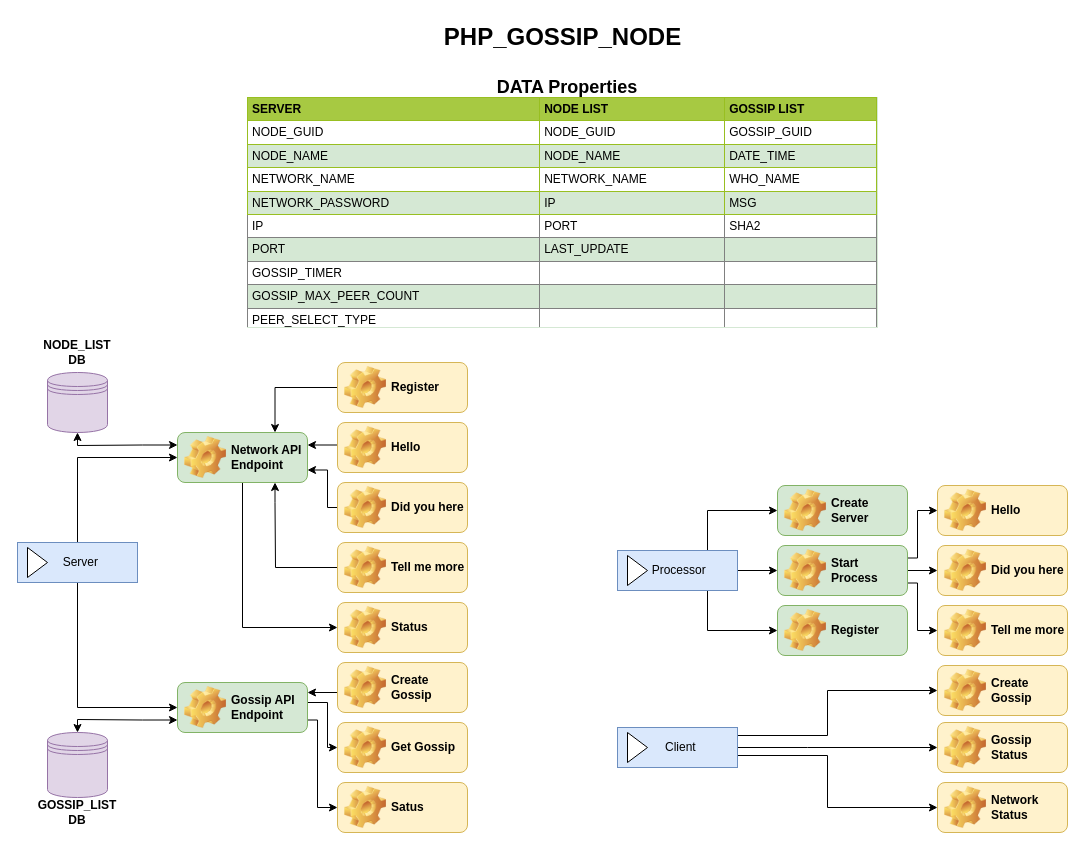
This is doc/PHP_GOSSIP_NODE_UML.drawio from HermanRas/PHP_GOSSIP_NODE, a draw.io file, before an edit. Source tidied: cells renumbered, new cells numbered last; positions are measured from the earlier drawing's top-left corner, leaving out a move shared by most shapes. Both pictures are drawn from the tidied source at 100%, with x=0, y=0 at pixel (17, 17).
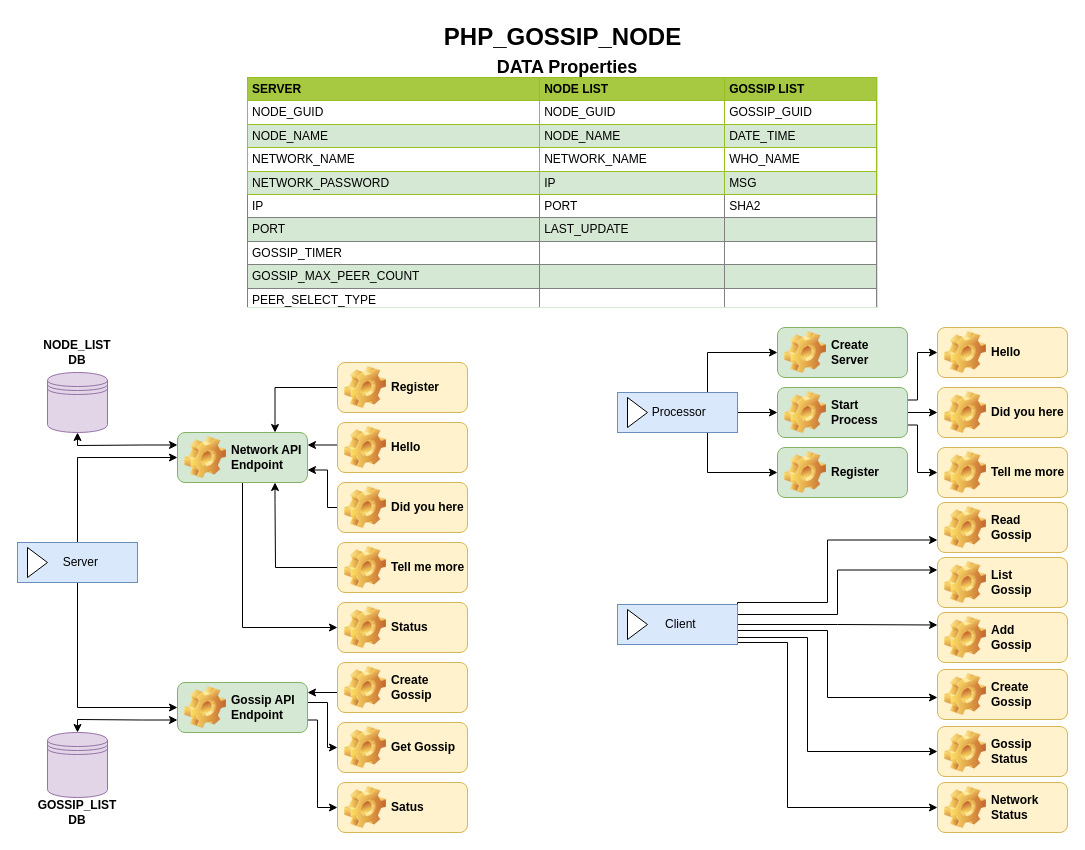
After the change.

Unchanged cells that the change refers to:
```xml
<mxCell id="44" value="Network&lt;br&gt;Status" style="label;whiteSpace=wrap;html=1;image=img/clipart/Gear_128x128.png;fillColor=#fff2cc;strokeColor=#d6b656;" parent="1" vertex="1">
  <mxGeometry x="920" y="765" width="130" height="50" as="geometry" />
</mxCell>
```

Change to the diagram source:
```diff
@@
     <mxCell id="11" style="edgeStyle=orthogonalEdgeStyle;rounded=0;jettySize=auto;html=1;entryX=0;entryY=0.5;entryDx=0;entryDy=0;" parent="1" edge="1" source="14" target="29">
       <mxGeometry relative="1" as="geometry">
         <Array as="points">
-          <mxPoint x="790" y="730" />
-          <mxPoint x="790" y="730" />
+          <mxPoint x="790" y="620" />
+          <mxPoint x="790" y="734" />
         </Array>
       </mxGeometry>
     </mxCell>
-    <mxCell id="12" style="edgeStyle=orthogonalEdgeStyle;rounded=0;jettySize=auto;html=1;exitX=1;exitY=0.75;exitDx=0;exitDy=0;entryX=0;entryY=0.5;entryDx=0;entryDy=0;startArrow=none;startFill=0;endArrow=classic;endFill=1;" parent="1" edge="1" source="14" target="44">
+    <mxCell id="12" style="edgeStyle=orthogonalEdgeStyle;rounded=0;jettySize=auto;html=1;entryX=0;entryY=0.5;entryDx=0;entryDy=0;startArrow=none;startFill=0;endArrow=classic;endFill=1;exitX=0.75;exitY=1;exitDx=0;exitDy=0;" parent="1" edge="1" source="14" target="44">
       <mxGeometry relative="1" as="geometry">
         <Array as="points">
-          <mxPoint x="810" y="738" />
-          <mxPoint x="810" y="790" />
+          <mxPoint x="770" y="625" />
+          <mxPoint x="770" y="790" />
         </Array>
       </mxGeometry>
     </mxCell>
-    <mxCell id="13" style="edgeStyle=orthogonalEdgeStyle;rounded=0;jettySize=auto;html=1;exitX=1;exitY=0.25;exitDx=0;exitDy=0;entryX=0;entryY=0.5;entryDx=0;entryDy=0;startArrow=none;startFill=0;endArrow=classic;endFill=1;" parent="1" edge="1" source="14" target="47">
+    <mxCell id="13" style="edgeStyle=orthogonalEdgeStyle;rounded=0;orthogonalLoop=1;jettySize=auto;html=1;exitX=1;exitY=0.25;exitDx=0;exitDy=0;entryX=0;entryY=0.5;entryDx=0;entryDy=0;startArrow=none;startFill=0;endArrow=classic;endFill=1;" parent="1" edge="1">
       <mxGeometry relative="1" as="geometry">
+        <mxPoint x="720" y="600" as="sourcePoint" />
+        <mxPoint x="920" y="680" as="targetPoint" />
         <Array as="points">
-          <mxPoint x="810" y="718" />
-          <mxPoint x="810" y="673" />
+          <mxPoint x="720" y="613" />
+          <mxPoint x="810" y="613" />
+          <mxPoint x="810" y="680" />
         </Array>
       </mxGeometry>
     </mxCell>
+    <mxCell id="55" style="edgeStyle=orthogonalEdgeStyle;rounded=0;jettySize=auto;html=1;exitX=1;exitY=0.5;exitDx=0;exitDy=0;entryX=0;entryY=0.25;entryDx=0;entryDy=0;" parent="1" edge="1" source="14" target="58">
+      <mxGeometry relative="1" as="geometry">
+        <Array as="points">
+          <mxPoint x="820" y="607" />
+        </Array>
+      </mxGeometry>
+    </mxCell>
+    <mxCell id="56" style="edgeStyle=orthogonalEdgeStyle;rounded=0;jettySize=auto;html=1;exitX=1;exitY=0.25;exitDx=0;exitDy=0;entryX=0;entryY=0.25;entryDx=0;entryDy=0;" parent="1" edge="1" source="14" target="59">
+      <mxGeometry relative="1" as="geometry">
+        <Array as="points">
+          <mxPoint x="820" y="597" />
+          <mxPoint x="820" y="553" />
+        </Array>
+      </mxGeometry>
+    </mxCell>
+    <mxCell id="57" style="edgeStyle=orthogonalEdgeStyle;rounded=0;jettySize=auto;html=1;exitX=1;exitY=0;exitDx=0;exitDy=0;entryX=0;entryY=0.75;entryDx=0;entryDy=0;" parent="1" edge="1" source="14" target="60">
+      <mxGeometry relative="1" as="geometry">
+        <Array as="points">
+          <mxPoint x="810" y="585" />
+          <mxPoint x="810" y="523" />
+        </Array>
+      </mxGeometry>
+    </mxCell>
     <mxCell id="14" value="&amp;nbsp; Client" style="html=1;whiteSpace=wrap;fillColor=#dae8fc;strokeColor=#6c8ebf;" parent="1" vertex="1">
-      <mxGeometry x="600" y="710" width="120" height="40" as="geometry" />
+      <mxGeometry x="600" y="587" width="120" height="40" as="geometry" />
     </mxCell>
@@
     <mxCell id="16" style="edgeStyle=orthogonalEdgeStyle;rounded=0;jettySize=auto;html=1;entryX=0;entryY=0.5;entryDx=0;entryDy=0;" parent="1" edge="1" source="19" target="28">
       <mxGeometry relative="1" as="geometry">
         <Array as="points">
-          <mxPoint x="690" y="493" />
+          <mxPoint x="690" y="335" />
         </Array>
       </mxGeometry>
     </mxCell>
@@
     <mxCell id="19" value="&amp;nbsp;Processor" style="html=1;whiteSpace=wrap;fillColor=#dae8fc;strokeColor=#6c8ebf;" parent="1" vertex="1">
-      <mxGeometry x="600" y="533" width="120" height="40" as="geometry" />
+      <mxGeometry x="600" y="375" width="120" height="40" as="geometry" />
     </mxCell>
@@
     <mxCell id="21" value="Register" style="label;whiteSpace=wrap;html=1;image=img/clipart/Gear_128x128.png;fillColor=#d5e8d4;strokeColor=#82b366;" parent="1" vertex="1">
-      <mxGeometry x="760" y="588" width="130" height="50" as="geometry" />
+      <mxGeometry x="760" y="430" width="130" height="50" as="geometry" />
     </mxCell>
@@
     <mxCell id="23" value="Hello" style="label;whiteSpace=wrap;html=1;image=img/clipart/Gear_128x128.png;fillColor=#fff2cc;strokeColor=#d6b656;" parent="1" vertex="1">
-      <mxGeometry x="920" y="468" width="130" height="50" as="geometry" />
+      <mxGeometry x="920" y="310" width="130" height="50" as="geometry" />
     </mxCell>
@@
     <mxCell id="25" value="Did you here" style="label;whiteSpace=wrap;html=1;image=img/clipart/Gear_128x128.png;fillColor=#fff2cc;strokeColor=#d6b656;" parent="1" vertex="1">
-      <mxGeometry x="920" y="528" width="130" height="50" as="geometry" />
+      <mxGeometry x="920" y="370" width="130" height="50" as="geometry" />
     </mxCell>
@@
     <mxCell id="27" value="Tell me more" style="label;whiteSpace=wrap;html=1;image=img/clipart/Gear_128x128.png;fillColor=#fff2cc;strokeColor=#d6b656;" parent="1" vertex="1">
-      <mxGeometry x="920" y="588" width="130" height="50" as="geometry" />
+      <mxGeometry x="920" y="430" width="130" height="50" as="geometry" />
     </mxCell>
     <mxCell id="28" value="Create Server" style="label;whiteSpace=wrap;html=1;image=img/clipart/Gear_128x128.png;fillColor=#d5e8d4;strokeColor=#82b366;" parent="1" vertex="1">
-      <mxGeometry x="760" y="468" width="130" height="50" as="geometry" />
+      <mxGeometry x="760" y="310" width="130" height="50" as="geometry" />
     </mxCell>
     <mxCell id="29" value="Gossip&lt;br&gt;Status" style="label;whiteSpace=wrap;html=1;image=img/clipart/Gear_128x128.png;fillColor=#fff2cc;strokeColor=#d6b656;" parent="1" vertex="1">
-      <mxGeometry x="920" y="705" width="130" height="50" as="geometry" />
+      <mxGeometry x="920" y="709" width="130" height="50" as="geometry" />
     </mxCell>
     <mxCell id="30" style="edgeStyle=orthogonalEdgeStyle;rounded=0;jettySize=auto;html=1;entryX=0;entryY=0.5;entryDx=0;entryDy=0;exitX=1;exitY=0.25;exitDx=0;exitDy=0;" parent="1" edge="1" source="33" target="23">
       <mxGeometry relative="1" as="geometry">
         <Array as="points">
-          <mxPoint x="900" y="541" />
-          <mxPoint x="900" y="493" />
+          <mxPoint x="900" y="383" />
+          <mxPoint x="900" y="335" />
         </Array>
       </mxGeometry>
     </mxCell>
@@
     <mxCell id="32" style="edgeStyle=orthogonalEdgeStyle;rounded=0;jettySize=auto;html=1;exitX=1;exitY=0.75;exitDx=0;exitDy=0;entryX=0;entryY=0.5;entryDx=0;entryDy=0;" parent="1" edge="1" source="33" target="27">
       <mxGeometry relative="1" as="geometry">
         <Array as="points">
-          <mxPoint x="900" y="565" />
-          <mxPoint x="900" y="613" />
+          <mxPoint x="900" y="407" />
+          <mxPoint x="900" y="455" />
         </Array>
       </mxGeometry>
     </mxCell>
     <mxCell id="33" value="Start&lt;br&gt;Process" style="label;whiteSpace=wrap;html=1;image=img/clipart/Gear_128x128.png;fillColor=#d5e8d4;strokeColor=#82b366;" parent="1" vertex="1">
-      <mxGeometry x="760" y="528" width="130" height="50" as="geometry" />
+      <mxGeometry x="760" y="370" width="130" height="50" as="geometry" />
     </mxCell>
@@
     <mxCell id="47" value="Create Gossip" style="label;whiteSpace=wrap;html=1;image=img/clipart/Gear_128x128.png;fillColor=#fff2cc;strokeColor=#d6b656;" parent="1" vertex="1">
-      <mxGeometry x="920" y="648" width="130" height="50" as="geometry" />
+      <mxGeometry x="920" y="652" width="130" height="50" as="geometry" />
     </mxCell>
@@
     <mxCell id="53" value="&lt;table border=&quot;1&quot; width=&quot;100%&quot; cellpadding=&quot;4&quot; style=&quot;width: 100% ; height: 100% ; border-collapse: collapse&quot;&gt;&lt;tbody&gt;&lt;tr style=&quot;background-color: #a7c942 ; color: #ffffff ; border: 1px solid #98bf21&quot;&gt;&lt;th align=&quot;left&quot;&gt;&lt;font color=&quot;#000000&quot;&gt;SERVER&lt;/font&gt;&lt;/th&gt;&lt;th align=&quot;left&quot;&gt;&lt;font color=&quot;#000000&quot;&gt;NODE LIST&lt;/font&gt;&lt;/th&gt;&lt;th align=&quot;left&quot;&gt;&lt;font color=&quot;#000000&quot;&gt;GOSSIP LIST&lt;/font&gt;&lt;/th&gt;&lt;/tr&gt;&lt;tr style=&quot;border: 1px solid #98bf21&quot;&gt;&lt;td&gt;NODE_GUID&lt;/td&gt;&lt;td&gt;NODE_GUID&lt;br&gt;&lt;/td&gt;&lt;td&gt;GOSSIP_GUID&lt;/td&gt;&lt;/tr&gt;&lt;tr style=&quot;background-color: #eaf2d3 ; border: 1px solid #98bf21&quot;&gt;&lt;td style=&quot;background-color: rgb(213 , 232 , 212)&quot;&gt;NODE_NAME&lt;/td&gt;&lt;td style=&quot;background-color: rgb(213 , 232 , 212)&quot;&gt;NODE_NAME&lt;/td&gt;&lt;td style=&quot;background-color: rgb(213 , 232 , 212)&quot;&gt;DATE_TIME&lt;/td&gt;&lt;/tr&gt;&lt;tr style=&quot;border: 1px solid #98bf21&quot;&gt;&lt;td&gt;NETWORK_NAME&lt;/td&gt;&lt;td&gt;NETWORK_NAME&lt;/td&gt;&lt;td&gt;WHO_NAME&lt;/td&gt;&lt;/tr&gt;&lt;tr style=&quot;background-color: #eaf2d3 ; border: 1px solid #98bf21&quot;&gt;&lt;td style=&quot;background-color: rgb(213 , 232 , 212)&quot;&gt;NETWORK_PASSWORD&lt;/td&gt;&lt;td style=&quot;background-color: rgb(213 , 232 , 212)&quot;&gt;IP&lt;/td&gt;&lt;td style=&quot;background-color: rgb(213 , 232 , 212)&quot;&gt;MSG&lt;/td&gt;&lt;/tr&gt;&lt;tr&gt;&lt;td&gt;IP&lt;/td&gt;&lt;td&gt;PORT&lt;/td&gt;&lt;td&gt;SHA2&lt;/td&gt;&lt;/tr&gt;&lt;tr&gt;&lt;td style=&quot;background-color: rgb(213 , 232 , 212)&quot;&gt;PORT&lt;/td&gt;&lt;td style=&quot;background-color: rgb(213 , 232 , 212)&quot;&gt;LAST_UPDATE&lt;/td&gt;&lt;td style=&quot;background-color: rgb(213 , 232 , 212)&quot;&gt;&lt;br&gt;&lt;/td&gt;&lt;/tr&gt;&lt;tr&gt;&lt;td&gt;GOSSIP_TIMER&lt;br&gt;&lt;/td&gt;&lt;td&gt;&lt;br&gt;&lt;/td&gt;&lt;td&gt;&lt;br&gt;&lt;/td&gt;&lt;/tr&gt;&lt;tr&gt;&lt;td style=&quot;background-color: rgb(213 , 232 , 212)&quot;&gt;GOSSIP_MAX_PEER_COUNT&lt;br&gt;&lt;/td&gt;&lt;td style=&quot;background-color: rgb(213 , 232 , 212)&quot;&gt;&lt;br&gt;&lt;/td&gt;&lt;td style=&quot;background-color: rgb(213 , 232 , 212)&quot;&gt;&lt;br&gt;&lt;/td&gt;&lt;/tr&gt;&lt;tr&gt;&lt;td&gt;PEER_SELECT_TYPE&lt;br&gt;&lt;/td&gt;&lt;td&gt;&lt;br&gt;&lt;/td&gt;&lt;td&gt;&lt;br&gt;&lt;/td&gt;&lt;/tr&gt;&lt;/tbody&gt;&lt;/table&gt;" style="text;html=1;fillColor=#ffffff;overflow=fill;rounded=0;arcSize=15;strokeColor=#D5E8D4;" parent="1" vertex="1">
-      <mxGeometry x="230" y="80" width="630" height="230" as="geometry" />
+      <mxGeometry x="230" y="60" width="630" height="230" as="geometry" />
     </mxCell>
     <mxCell id="54" value="DATA Properties" style="text;html=1;strokeColor=none;fillColor=none;align=center;verticalAlign=middle;whiteSpace=wrap;rounded=0;fontStyle=1;fontSize=18;" parent="1" vertex="1">
-      <mxGeometry x="240" y="60" width="620" height="20" as="geometry" />
+      <mxGeometry x="240" y="40" width="620" height="20" as="geometry" />
     </mxCell>
+    <mxCell id="58" value="Add&lt;br&gt;Gossip" style="label;whiteSpace=wrap;html=1;image=img/clipart/Gear_128x128.png;fillColor=#fff2cc;strokeColor=#d6b656;" parent="1" vertex="1">
+      <mxGeometry x="920" y="595" width="130" height="50" as="geometry" />
+    </mxCell>
+    <mxCell id="59" value="List&lt;br&gt;Gossip" style="label;whiteSpace=wrap;html=1;image=img/clipart/Gear_128x128.png;fillColor=#fff2cc;strokeColor=#d6b656;" parent="1" vertex="1">
+      <mxGeometry x="920" y="540" width="130" height="50" as="geometry" />
+    </mxCell>
+    <mxCell id="60" value="Read&lt;br&gt;Gossip" style="label;whiteSpace=wrap;html=1;image=img/clipart/Gear_128x128.png;fillColor=#fff2cc;strokeColor=#d6b656;" parent="1" vertex="1">
+      <mxGeometry x="920" y="485" width="130" height="50" as="geometry" />
+    </mxCell>
```
